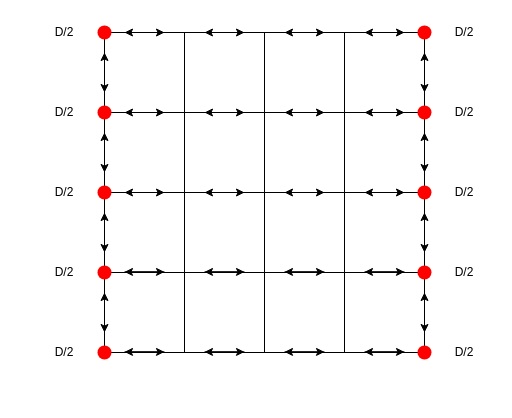
Earlier version of the draw.io diagram TCCL/line_allreduce.drawio (BEYHHH/SBLP). Source tidied: cells renumbered, new cells numbered last; positions are measured from the earlier drawing's top-left corner, leaving out a move shared by most shapes. Both pictures are drawn from the tidied source at 100%, with x=0, y=0 at pixel (34, 17).
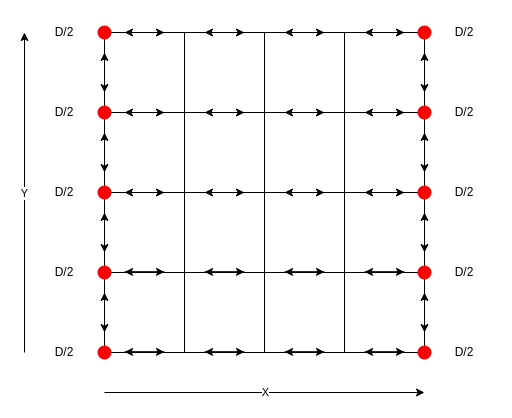
Above is the later version.

Change to the diagram source:
```diff
@@
+    <mxCell id="94" style="endArrow=classic;html=1;rounded=0;" parent="1" edge="1">
+      <mxGeometry relative="1" as="geometry">
+        <mxPoint x="-10" y="335" as="sourcePoint" />
+        <mxPoint x="-10" y="15" as="targetPoint" />
+      </mxGeometry>
+    </mxCell>
+    <mxCell id="95" value="Y" style="edgeLabel;html=1;align=center;verticalAlign=middle;" parent="94" vertex="1">
+      <mxGeometry y="1" relative="1" as="geometry" />
+    </mxCell>
+    <mxCell id="96" style="endArrow=classic;html=1;rounded=0;" parent="1" edge="1">
+      <mxGeometry relative="1" as="geometry">
+        <mxPoint x="70" y="375" as="sourcePoint" />
+        <mxPoint x="390" y="375" as="targetPoint" />
+      </mxGeometry>
+    </mxCell>
+    <mxCell id="97" value="X" style="edgeLabel;html=1;align=center;verticalAlign=middle;" parent="96" vertex="1">
+      <mxGeometry y="1" relative="1" as="geometry" />
+    </mxCell>
```
